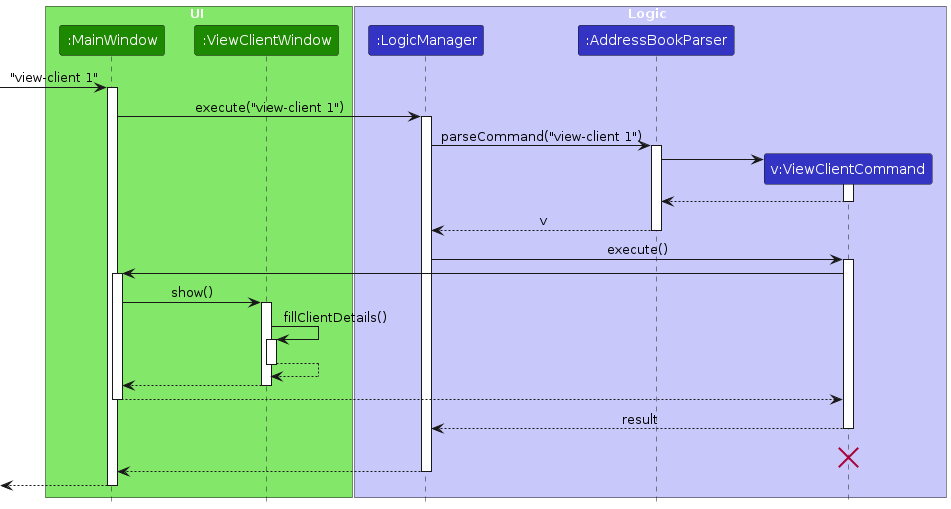
Earlier version of the PlantUML export diagrams/ViewClientSequenceDiagram.png (AY2425S1-CS2103T-T14-3/tp). Its source is kept beside it as diagrams/ViewClientSequenceDiagram.puml.
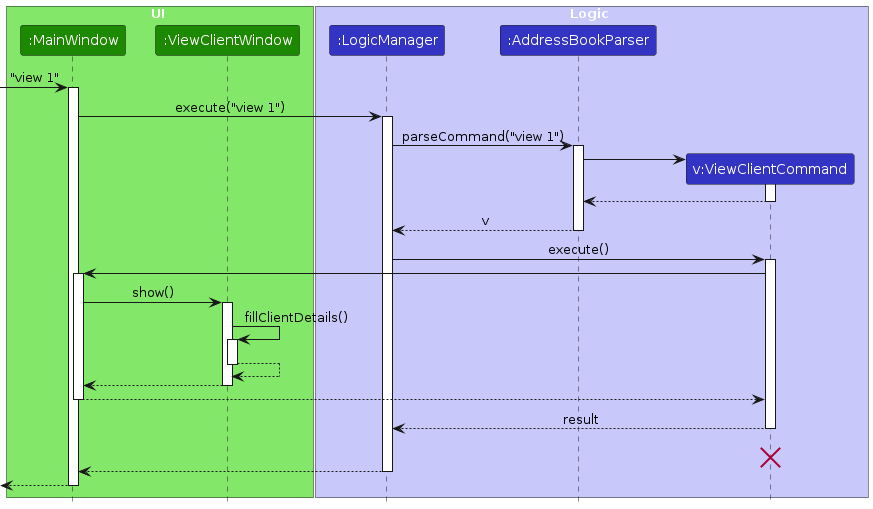
The same diagram one commit later.

The edit, as a diff of the source:
```diff
@@ -13,13 +13,13 @@
 participant "v:ViewClientCommand" as ViewClientCommand LOGIC_COLOR
 end box
 
-[-> MainWindow : "view-client 1"
+[-> MainWindow : "view 1"
 activate MainWindow
 
-MainWindow-> LogicManager : execute("view-client 1")
+MainWindow-> LogicManager : execute("view 1")
 activate LogicManager
 
-LogicManager -> AddressBookParser : parseCommand("view-client 1")
+LogicManager -> AddressBookParser : parseCommand("view 1")
 activate AddressBookParser
 
 create ViewClientCommand
```
